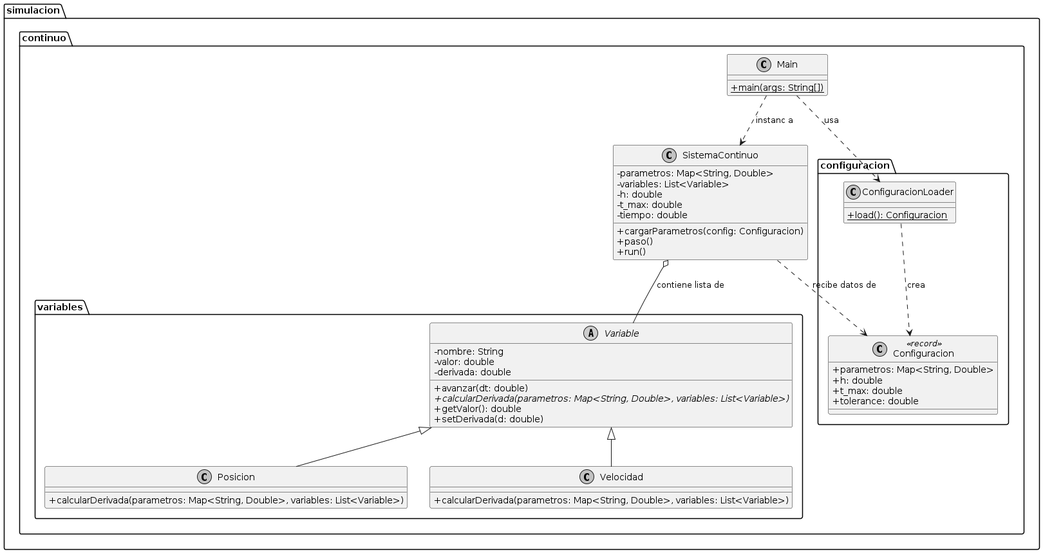
The PlantUML diagram docs/diagrama.png in ddalio/sist-cont-sim, before a commit. Its diagram source:
```plantuml
@startuml
skinparam classAttributeIconSize 0
skinparam monochrome true
skinparam shadowing false

package "simulacion.continuo" {
    class Main {
        + {static} main(args: String[])
    }

    class SistemaContinuo {
        - parametros: Map<String, Double>
        - variables: List<Variable>
        - h: double
        - t_max: double
        - tiempo: double
        + cargarParametros(config: Configuracion)
        + paso()
        + run()
    }

    package "configuracion" {
        class Configuracion <<record>> {
            + parametros: Map<String, Double>
            + h: double
            + t_max: double
            + tolerance: double
        }

        class ConfiguracionLoader {
            + {static} load(): Configuracion
        }
    }

    package "variables" {
        abstract class Variable {
            - nombre: String
            - valor: double
            - derivada: double
            + avanzar(dt: double)
            + {abstract} calcularDerivada(parametros: Map<String, Double>, variables: List<Variable>)
            + getValor(): double
            + setDerivada(d: double)
        }

        class Posicion {
            + calcularDerivada(parametros: Map<String, Double>, variables: List<Variable>)
        }

        class Velocidad {
            + calcularDerivada(parametros: Map<String, Double>, variables: List<Variable>)
        }
    }
}

Main ..> ConfiguracionLoader : usa
Main ..> SistemaContinuo : instanc a
ConfiguracionLoader ..> Configuracion : crea
SistemaContinuo o-- Variable : contiene lista de
SistemaContinuo ..> Configuracion : recibe datos de

Variable <|-- Posicion
Variable <|-- Velocidad
@enduml
```
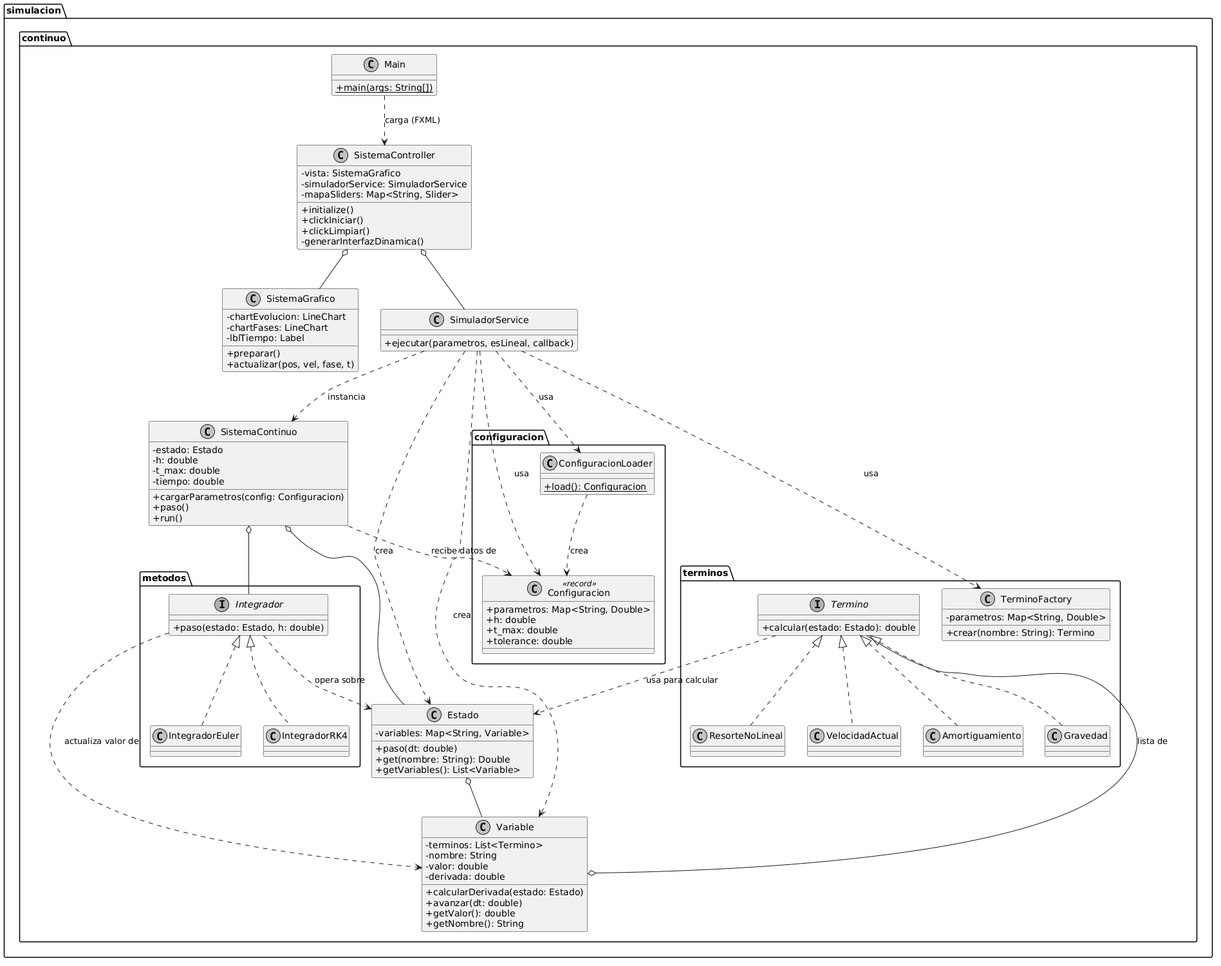
The same diagram one commit later.

Commit message:
resultados archivos, uml actualizado

The edit, as a diff of the source:
```diff
@@ -8,15 +8,54 @@
         + {static} main(args: String[])
     }
 
+    class SistemaController {
+        - vista: SistemaGrafico
+        - simuladorService: SimuladorService
+        - mapaSliders: Map<String, Slider>
+        + initialize()
+        + clickIniciar()
+        + clickLimpiar()
+        - generarInterfazDinamica()
+    }
+
+    class SistemaGrafico {
+        - chartEvolucion: LineChart
+        - chartFases: LineChart
+        - lblTiempo: Label
+        + preparar()
+        + actualizar(pos, vel, fase, t)
+    }
+
+    class SimuladorService {
+        + ejecutar(parametros, esLineal, callback)
+    }
+
     class SistemaContinuo {
-        - parametros: Map<String, Double>
-        - variables: List<Variable>
+        - estado: Estado
         - h: double
         - t_max: double
         - tiempo: double
         + cargarParametros(config: Configuracion)
         + paso()
         + run()
+    }
+
+    class Estado {
+        - variables: Map<String, Variable>
+        + paso(dt: double)
+        + get(nombre: String): Double
+        + getVariables(): List<Variable>
+    }
+
+    class Variable {
+        - terminos: List<Termino>
+        - nombre: String
+        - valor: double
+        - derivada: double
+        + calcularDerivada(estado: Estado)
+        + avanzar(dt: double)
+        + getValor(): double
+        + getNombre(): String
     }
 
     package "configuracion" {
@@ -32,33 +71,53 @@
         }
     }
 
-    package "variables" {
-        abstract class Variable {
-            - nombre: String
-            - valor: double
-            - derivada: double
-            + avanzar(dt: double)
-            + {abstract} calcularDerivada(parametros: Map<String, Double>, variables: List<Variable>)
-            + getValor(): double
-            + setDerivada(d: double)
+    package "terminos" {
+        interface Termino {
+            + calcular(estado: Estado): double
         }
 
-        class Posicion {
-            + calcularDerivada(parametros: Map<String, Double>, variables: List<Variable>)
+        class TerminoFactory {
+            - parametros: Map<String, Double>
+            + crear(nombre: String): Termino
         }
 
-        class Velocidad {
-            + calcularDerivada(parametros: Map<String, Double>, variables: List<Variable>)
+        class Amortiguamiento implements Termino
+        class Gravedad implements Termino
+        class ResorteNoLineal implements Termino
+        class VelocidadActual implements Termino
+    }
+
+    package "metodos" {
+        interface Integrador {
+            + paso(estado: Estado, h: double)
         }
+
+        class IntegradorEuler implements Integrador
+        class IntegradorRK4 implements Integrador
     }
 }
 
-Main ..> ConfiguracionLoader : usa
-Main ..> SistemaContinuo : instanc a
+Main ..> SistemaController : carga (FXML)
+SistemaController o-- SistemaGrafico
+SistemaController o-- SimuladorService
+
+SimuladorService ..> SistemaContinuo : instancia
+SimuladorService ..> TerminoFactory : usa
+SimuladorService ..> Variable : crea
+SimuladorService ..> Estado : crea
+SimuladorService ..> ConfiguracionLoader : usa
+SimuladorService ..> Configuracion : usa
+
+SistemaContinuo o-- Estado
+SistemaContinuo o-- Integrador
+Estado o-- Variable
+
+Variable o-- Termino : lista de
+
+Termino ..> Estado : usa para calcular
+Integrador ..> Estado : opera sobre
+Integrador ..> Variable : actualiza valor de
+
 ConfiguracionLoader ..> Configuracion : crea
-SistemaContinuo o-- Variable : contiene lista de
 SistemaContinuo ..> Configuracion : recibe datos de
-
-Variable <|-- Posicion
-Variable <|-- Velocidad
 @enduml
```
